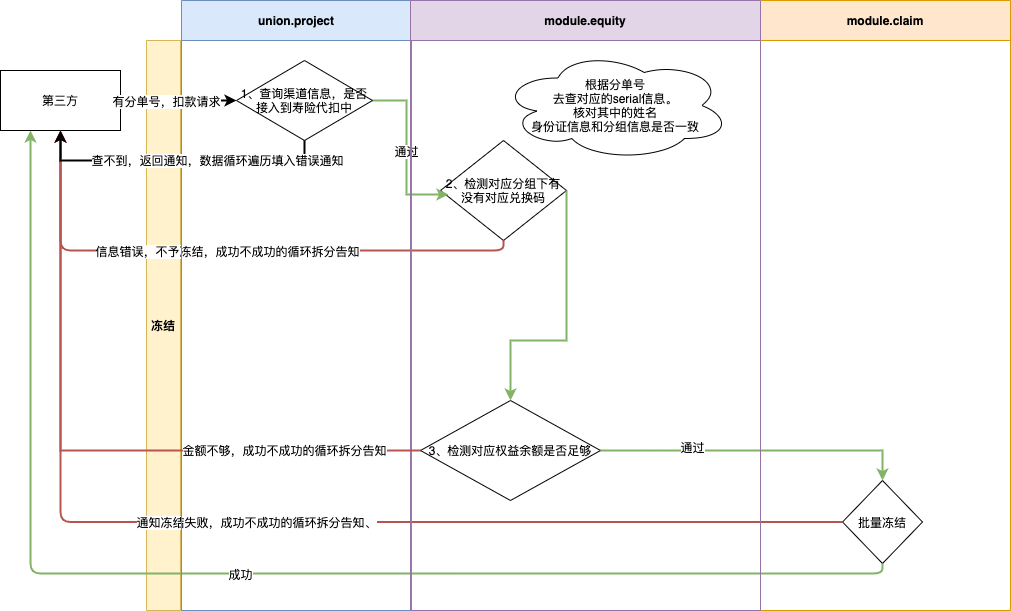
Earlier version of the draw.io export 寿险冻结.png (zuoqiang320/uniondrug). Source tidied: cells renumbered, new cells last; positions are measured from the earlier drawing's top-left corner, leaving out a move shared by most shapes.
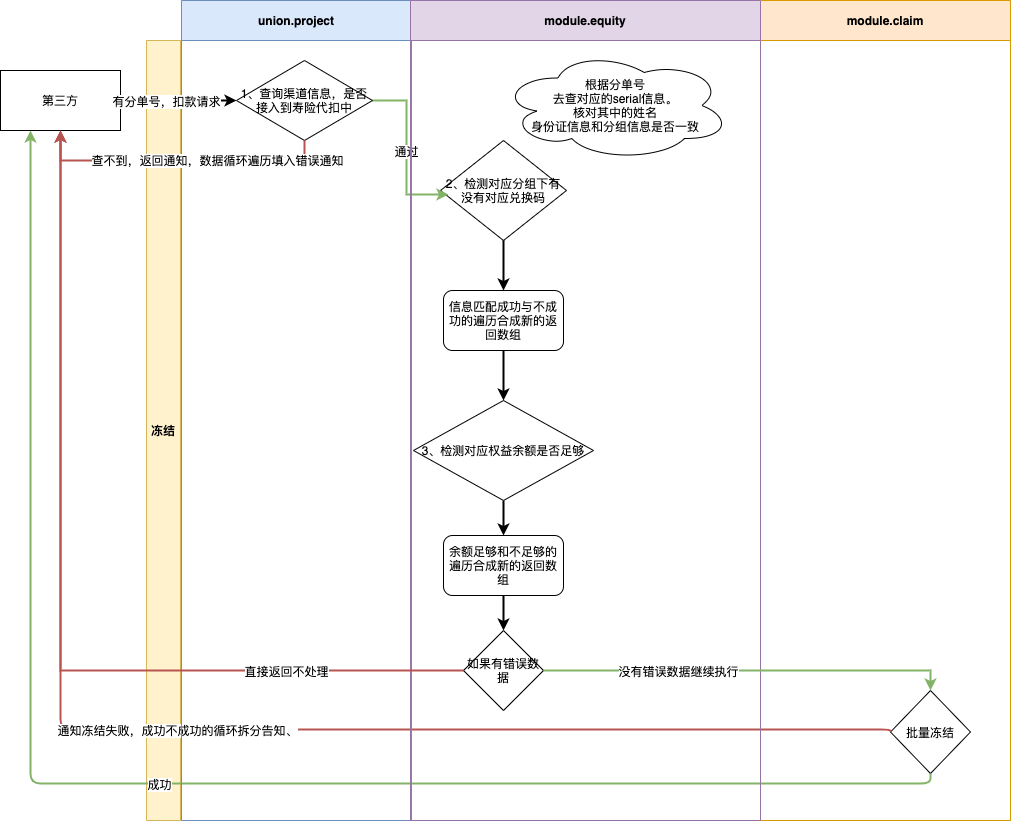
The same file after the commit.

What changed in the source:
```diff
@@ -3,31 +3,20 @@
     <mxCell id="0" />
     <mxCell id="1" parent="0" />
     <mxCell id="2" value="冻结" style="swimlane;direction=north;fillColor=#fff2cc;strokeColor=#d6b656;startSize=34;verticalAlign=middle;" parent="1" vertex="1">
-      <mxGeometry x="146" y="40" width="864" height="570" as="geometry" />
+      <mxGeometry x="146" y="40" width="864" height="780" as="geometry" />
     </mxCell>
+    <mxCell id="29" style="edgeStyle=orthogonalEdgeStyle;rounded=0;jettySize=auto;html=1;exitX=0.5;exitY=1;exitDx=0;exitDy=0;strokeWidth=2;" parent="2" edge="1" source="3" target="30">
+      <mxGeometry relative="1" as="geometry" />
+    </mxCell>
     <mxCell id="3" value="3、检测对应权益余额是否足够" style="rhombus;whiteSpace=wrap;html=1;startSize=34;strokeWidth=1;" parent="2" vertex="1">
-      <mxGeometry x="274" y="360" width="180" height="100" as="geometry" />
+      <mxGeometry x="267" y="360" width="180" height="100" as="geometry" />
     </mxCell>
     <mxCell id="4" value="2、检测对应分组下有没有对应兑换码" style="rhombus;whiteSpace=wrap;html=1;startSize=34;strokeWidth=1;" parent="2" vertex="1">
       <mxGeometry x="294" y="100" width="126" height="100" as="geometry" />
     </mxCell>
-    <mxCell id="5" style="edgeStyle=orthogonalEdgeStyle;rounded=0;jettySize=auto;html=1;exitX=1;exitY=0.5;exitDx=0;exitDy=0;entryX=0.5;entryY=0;entryDx=0;entryDy=0;fillColor=#d5e8d4;strokeColor=#82b366;strokeWidth=2;" parent="2" edge="1" source="4" target="3">
-      <mxGeometry relative="1" as="geometry">
-        <Array as="points">
-          <mxPoint x="420" y="300" />
-          <mxPoint x="364" y="300" />
-        </Array>
-      </mxGeometry>
-    </mxCell>
     <mxCell id="6" value="批量冻结" style="rhombus;whiteSpace=wrap;html=1;startSize=34;strokeWidth=1;" parent="2" vertex="1">
-      <mxGeometry x="696" y="440" width="80" height="83" as="geometry" />
+      <mxGeometry x="744" y="650" width="80" height="83" as="geometry" />
     </mxCell>
-    <mxCell id="7" style="edgeStyle=orthogonalEdgeStyle;rounded=0;jettySize=auto;html=1;exitX=1;exitY=0.5;exitDx=0;exitDy=0;entryX=0.5;entryY=0;entryDx=0;entryDy=0;strokeWidth=2;fillColor=#d5e8d4;strokeColor=#82b366;" parent="2" edge="1" source="3" target="6">
-      <mxGeometry relative="1" as="geometry" />
-    </mxCell>
-    <mxCell id="8" value="通过" style="edgeLabel;html=1;align=center;verticalAlign=middle;" parent="7" vertex="1">
-      <mxGeometry x="-0.42" y="4" relative="1" as="geometry" />
-    </mxCell>
     <mxCell id="9" style="endArrow=classic;html=1;strokeWidth=2;edgeStyle=orthogonalEdgeStyle;entryX=0;entryY=0.5;entryDx=0;entryDy=0;" parent="2" edge="1" target="12">
       <mxGeometry relative="1" as="geometry">
         <mxPoint x="-26" y="60" as="sourcePoint" />
@@ -42,19 +31,16 @@
     <mxCell id="12" value="1、查询渠道信息，是否接入到寿险代扣中" style="rhombus;whiteSpace=wrap;html=1;" parent="2" vertex="1">
       <mxGeometry x="90" y="20" width="136" height="80" as="geometry" />
     </mxCell>
+    <mxCell id="30" value="余额足够和不足够的遍历合成新的返回数组" style="rounded=1;whiteSpace=wrap;html=1;" parent="2" vertex="1">
+      <mxGeometry x="297" y="495" width="120" height="60" as="geometry" />
+    </mxCell>
     <mxCell id="13" value="第三方" style="whiteSpace=wrap;html=1;align=center;newEdgeStyle={&quot;edgeStyle&quot;:&quot;elbowEdgeStyle&quot;,&quot;startArrow&quot;:&quot;none&quot;,&quot;endArrow&quot;:&quot;none&quot;};" parent="1" vertex="1">
       <mxGeometry y="70" width="120" height="60" as="geometry" />
     </mxCell>
-    <mxCell id="14" style="endArrow=classic;html=1;strokeWidth=2;exitX=0.5;exitY=1;exitDx=0;exitDy=0;entryX=0.5;entryY=1;entryDx=0;entryDy=0;edgeStyle=orthogonalEdgeStyle;fillColor=#f8cecc;strokeColor=#b85450;" parent="1" edge="1" source="4" target="13">
-      <mxGeometry relative="1" as="geometry" />
-    </mxCell>
-    <mxCell id="15" value="信息错误，不予冻结，成功不成功的循环拆分告知" style="edgeLabel;html=1;align=center;verticalAlign=middle;" parent="14" vertex="1">
-      <mxGeometry relative="1" as="geometry" />
-    </mxCell>
     <mxCell id="16" style="endArrow=classic;html=1;strokeWidth=2;exitX=0;exitY=0.5;exitDx=0;exitDy=0;entryX=0.5;entryY=1;entryDx=0;entryDy=0;edgeStyle=orthogonalEdgeStyle;fillColor=#f8cecc;strokeColor=#b85450;" parent="1" edge="1" source="6" target="13">
       <mxGeometry relative="1" as="geometry">
         <Array as="points">
-          <mxPoint x="60" y="522" />
+          <mxPoint x="60" y="729" />
         </Array>
       </mxGeometry>
     </mxCell>
@@ -68,31 +54,52 @@
       <mxGeometry relative="1" as="geometry" />
     </mxCell>
     <mxCell id="20" value="module.claim" style="swimlane;startSize=40;fillColor=#ffe6cc;strokeColor=#d79b00;" parent="1" vertex="1">
-      <mxGeometry x="760" width="250" height="610" as="geometry" />
+      <mxGeometry x="760" width="250" height="820" as="geometry" />
     </mxCell>
     <mxCell id="21" value="union.project" style="swimlane;startSize=40;fillColor=#dae8fc;strokeColor=#6c8ebf;" parent="1" vertex="1">
-      <mxGeometry x="181" width="230" height="610" as="geometry" />
+      <mxGeometry x="181" width="230" height="820" as="geometry" />
     </mxCell>
     <mxCell id="22" value="module.equity" style="swimlane;startSize=40;fillColor=#e1d5e7;strokeColor=#9673a6;strokeWidth=1;" parent="1" vertex="1">
-      <mxGeometry x="410" width="350" height="610" as="geometry" />
+      <mxGeometry x="410" width="350" height="820" as="geometry" />
     </mxCell>
     <mxCell id="23" value="根据分单号&lt;br&gt;去查对应的serial信息。&lt;br&gt;核对其中的姓名&lt;br&gt;身份证信息和分组信息是否一致" style="ellipse;shape=cloud;whiteSpace=wrap;html=1;" parent="22" vertex="1">
       <mxGeometry x="90" y="50" width="230" height="110" as="geometry" />
     </mxCell>
-    <mxCell id="24" style="edgeStyle=orthogonalEdgeStyle;rounded=0;jettySize=auto;html=1;exitX=0;exitY=0.5;exitDx=0;exitDy=0;entryX=0.5;entryY=1;entryDx=0;entryDy=0;strokeWidth=2;fillColor=#f8cecc;strokeColor=#b85450;" parent="1" edge="1" source="3" target="13">
-      <mxGeometry relative="1" as="geometry" />
-    </mxCell>
-    <mxCell id="25" value="金额不够，成功不成功的循环拆分告知" style="edgeLabel;html=1;align=center;verticalAlign=middle;" parent="24" vertex="1">
-      <mxGeometry x="-0.6" y="-1" relative="1" as="geometry" />
-    </mxCell>
+    <mxCell id="31" value="信息匹配成功与不成功的遍历合成新的返回数组" style="rounded=1;whiteSpace=wrap;html=1;" parent="22" vertex="1">
+      <mxGeometry x="33" y="290" width="120" height="60" as="geometry" />
+    </mxCell>
+    <mxCell id="32" value="如果有错误数据" style="rhombus;whiteSpace=wrap;html=1;" parent="22" vertex="1">
+      <mxGeometry x="53" y="630" width="80" height="80" as="geometry" />
+    </mxCell>
     <mxCell id="26" value="有分单号，扣款请求" style="edgeLabel;html=1;align=center;verticalAlign=middle;" parent="1" vertex="1">
       <mxGeometry x="165" y="100" as="geometry" />
     </mxCell>
-    <mxCell id="27" style="edgeStyle=orthogonalEdgeStyle;rounded=0;jettySize=auto;html=1;exitX=0.5;exitY=1;exitDx=0;exitDy=0;entryX=0.5;entryY=1;entryDx=0;entryDy=0;strokeWidth=2;" parent="1" edge="1" source="12" target="13">
+    <mxCell id="27" style="edgeStyle=orthogonalEdgeStyle;rounded=0;jettySize=auto;html=1;exitX=0.5;exitY=1;exitDx=0;exitDy=0;entryX=0.5;entryY=1;entryDx=0;entryDy=0;strokeWidth=2;fillColor=#f8cecc;strokeColor=#b85450;" parent="1" edge="1" source="12" target="13">
       <mxGeometry relative="1" as="geometry" />
     </mxCell>
     <mxCell id="28" value="查不到，返回通知，数据循环遍历填入错误通知" style="edgeLabel;html=1;align=center;verticalAlign=middle;" parent="27" vertex="1">
       <mxGeometry x="-0.27" y="-1" relative="1" as="geometry" />
     </mxCell>
+    <mxCell id="33" style="edgeStyle=orthogonalEdgeStyle;rounded=0;jettySize=auto;html=1;exitX=0.5;exitY=1;exitDx=0;exitDy=0;entryX=0.5;entryY=0;entryDx=0;entryDy=0;strokeWidth=2;" parent="1" edge="1" source="4" target="31">
+      <mxGeometry relative="1" as="geometry" />
+    </mxCell>
+    <mxCell id="34" style="edgeStyle=orthogonalEdgeStyle;rounded=0;jettySize=auto;html=1;exitX=0.5;exitY=1;exitDx=0;exitDy=0;strokeWidth=2;" parent="1" edge="1" source="31" target="3">
+      <mxGeometry relative="1" as="geometry" />
+    </mxCell>
+    <mxCell id="35" style="edgeStyle=orthogonalEdgeStyle;rounded=0;jettySize=auto;html=1;exitX=0;exitY=0.5;exitDx=0;exitDy=0;strokeWidth=2;fillColor=#f8cecc;strokeColor=#b85450;" parent="1" edge="1" source="32" target="13">
+      <mxGeometry relative="1" as="geometry" />
+    </mxCell>
+    <mxCell id="36" value="直接返回不处理" style="edgeLabel;html=1;align=center;verticalAlign=middle;" parent="35" vertex="1">
+      <mxGeometry x="-0.62" relative="1" as="geometry" />
+    </mxCell>
+    <mxCell id="37" style="edgeStyle=orthogonalEdgeStyle;rounded=0;jettySize=auto;html=1;exitX=0.5;exitY=1;exitDx=0;exitDy=0;strokeWidth=2;" parent="1" edge="1" source="30" target="32">
+      <mxGeometry relative="1" as="geometry" />
+    </mxCell>
+    <mxCell id="38" style="edgeStyle=orthogonalEdgeStyle;rounded=0;jettySize=auto;html=1;exitX=1;exitY=0.5;exitDx=0;exitDy=0;entryX=0.5;entryY=0;entryDx=0;entryDy=0;strokeWidth=2;fillColor=#d5e8d4;strokeColor=#82b366;" parent="1" edge="1" source="32" target="6">
+      <mxGeometry relative="1" as="geometry" />
+    </mxCell>
+    <mxCell id="39" value="没有错误数据继续执行" style="edgeLabel;html=1;align=center;verticalAlign=middle;" parent="38" vertex="1">
+      <mxGeometry x="-0.34" relative="1" as="geometry" />
+    </mxCell>
   </root>
 </mxGraphModel>
```
